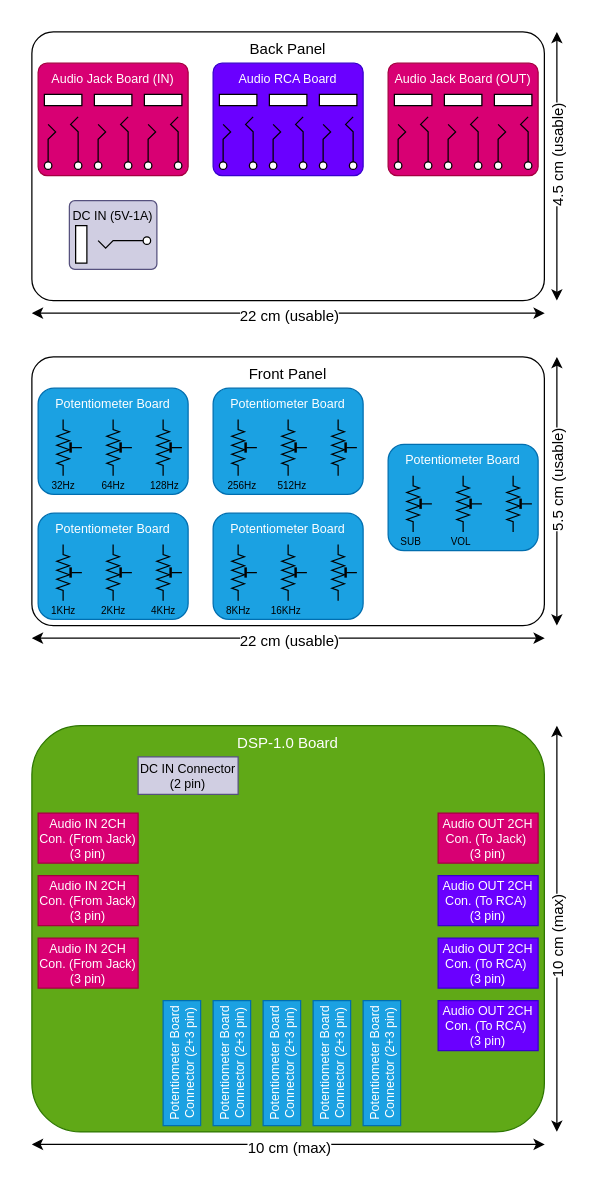
Before: Diagrams/BoxSheme.drawio in mregueira/AudioDSP-v1.0, a draw.io diagram. Source tidied: cells renumbered, new cells numbered last; positions are measured from the earlier drawing's top-left corner, leaving out a move shared by most shapes. Both pictures are drawn from the tidied source at 125%, with x=0, y=0 at pixel (25, 31).
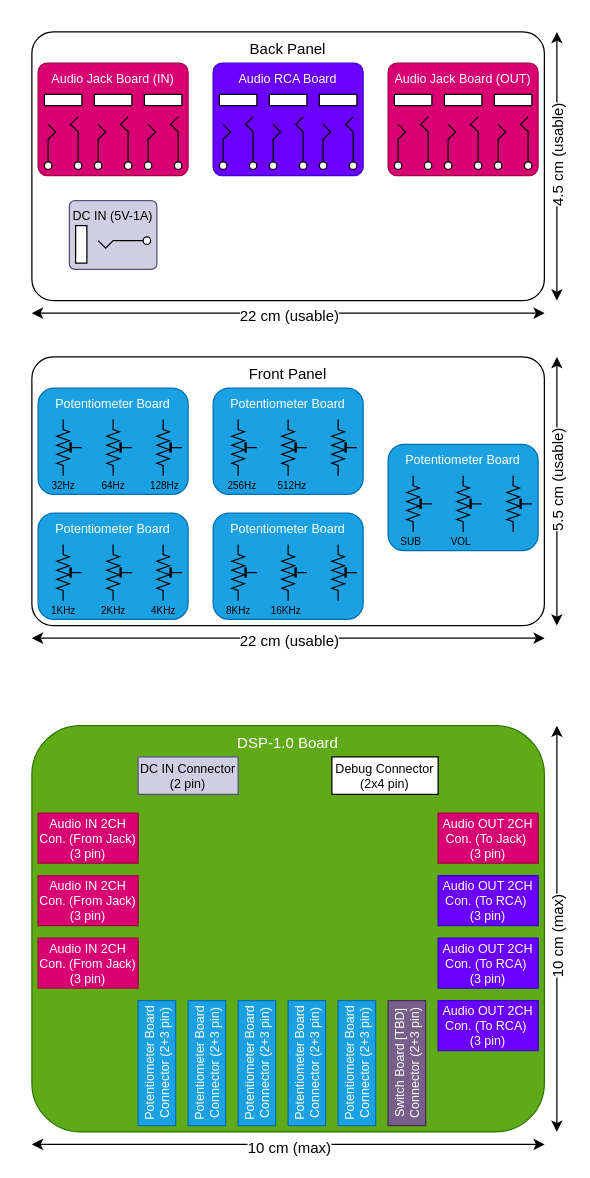
After the change.

The edit, as a diff of the source:
```diff
@@
     <mxCell id="59" value="Potentiometer Board Connector (2+3 pin)" style="rounded=0;whiteSpace=wrap;html=1;fontSize=10;rotation=-90;fillColor=#1ba1e2;fontColor=#ffffff;strokeColor=#006EAF;" parent="1" vertex="1">
-      <mxGeometry x="75" y="810" width="100" height="30" as="geometry" />
+      <mxGeometry x="55" y="810" width="100" height="30" as="geometry" />
     </mxCell>
     <mxCell id="60" value="Potentiometer Board Connector (2+3 pin)" style="rounded=0;whiteSpace=wrap;html=1;fontSize=10;rotation=-90;fillColor=#1ba1e2;fontColor=#ffffff;strokeColor=#006EAF;" parent="1" vertex="1">
-      <mxGeometry x="115" y="810" width="100" height="30" as="geometry" />
+      <mxGeometry x="95" y="810" width="100" height="30" as="geometry" />
     </mxCell>
     <mxCell id="61" value="Potentiometer Board Connector (2+3 pin)" style="rounded=0;whiteSpace=wrap;html=1;fontSize=10;rotation=-90;fillColor=#1ba1e2;fontColor=#ffffff;strokeColor=#006EAF;" parent="1" vertex="1">
-      <mxGeometry x="235" y="810" width="100" height="30" as="geometry" />
+      <mxGeometry x="215" y="810" width="100" height="30" as="geometry" />
     </mxCell>
     <mxCell id="62" value="Potentiometer Board Connector (2+3 pin)" style="rounded=0;whiteSpace=wrap;html=1;fontSize=10;rotation=-90;fillColor=#1ba1e2;fontColor=#ffffff;strokeColor=#006EAF;" parent="1" vertex="1">
-      <mxGeometry x="155" y="810" width="100" height="30" as="geometry" />
+      <mxGeometry x="135" y="810" width="100" height="30" as="geometry" />
     </mxCell>
     <mxCell id="63" value="Potentiometer Board Connector (2+3 pin)" style="rounded=0;whiteSpace=wrap;html=1;fontSize=10;rotation=-90;fillColor=#1ba1e2;fontColor=#ffffff;strokeColor=#006EAF;" parent="1" vertex="1">
-      <mxGeometry x="195" y="810" width="100" height="30" as="geometry" />
+      <mxGeometry x="175" y="810" width="100" height="30" as="geometry" />
     </mxCell>
@@
+    <mxCell id="76" value="Switch Board [TBD] Connector (2+3 pin)" style="rounded=0;whiteSpace=wrap;html=1;fontSize=10;rotation=-90;fillColor=#76608a;fontColor=#ffffff;strokeColor=#432D57;" parent="1" vertex="1">
+      <mxGeometry x="255" y="810" width="100" height="30" as="geometry" />
+    </mxCell>
+    <mxCell id="77" value="Debug Connector (2x4 pin)" style="rounded=0;whiteSpace=wrap;html=1;fontSize=10;" parent="1" vertex="1">
+      <mxGeometry x="245" y="580" width="85" height="30" as="geometry" />
+    </mxCell>
```
